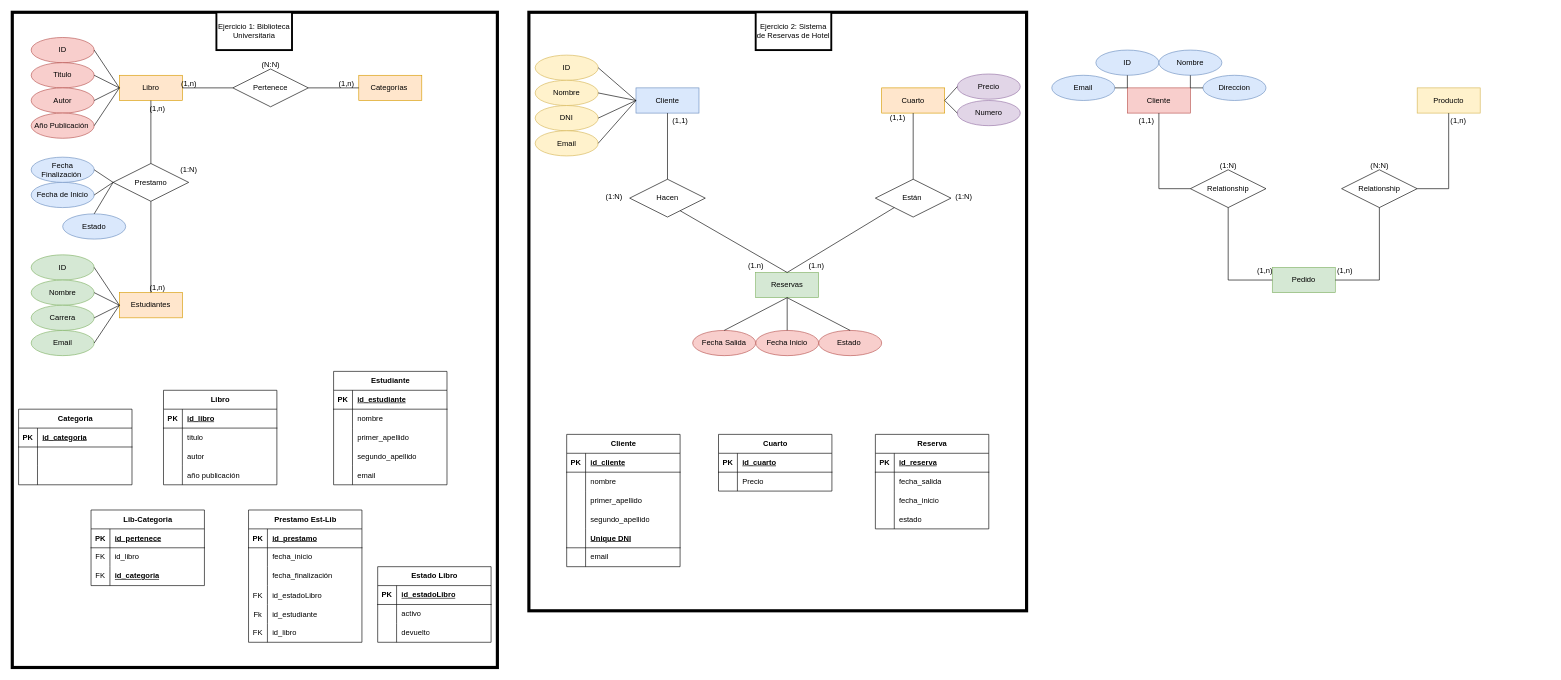
The draw.io diagram LabMertoMR.drawio in SebassX69/DiagramasDB, before the edit. Source tidied: cells renumbered, new cells numbered last; positions are measured from the earlier drawing's top-left corner, leaving out a move shared by most shapes. Both pictures are drawn from the tidied source at 63%, with x=0, y=0 at pixel (12, 12).
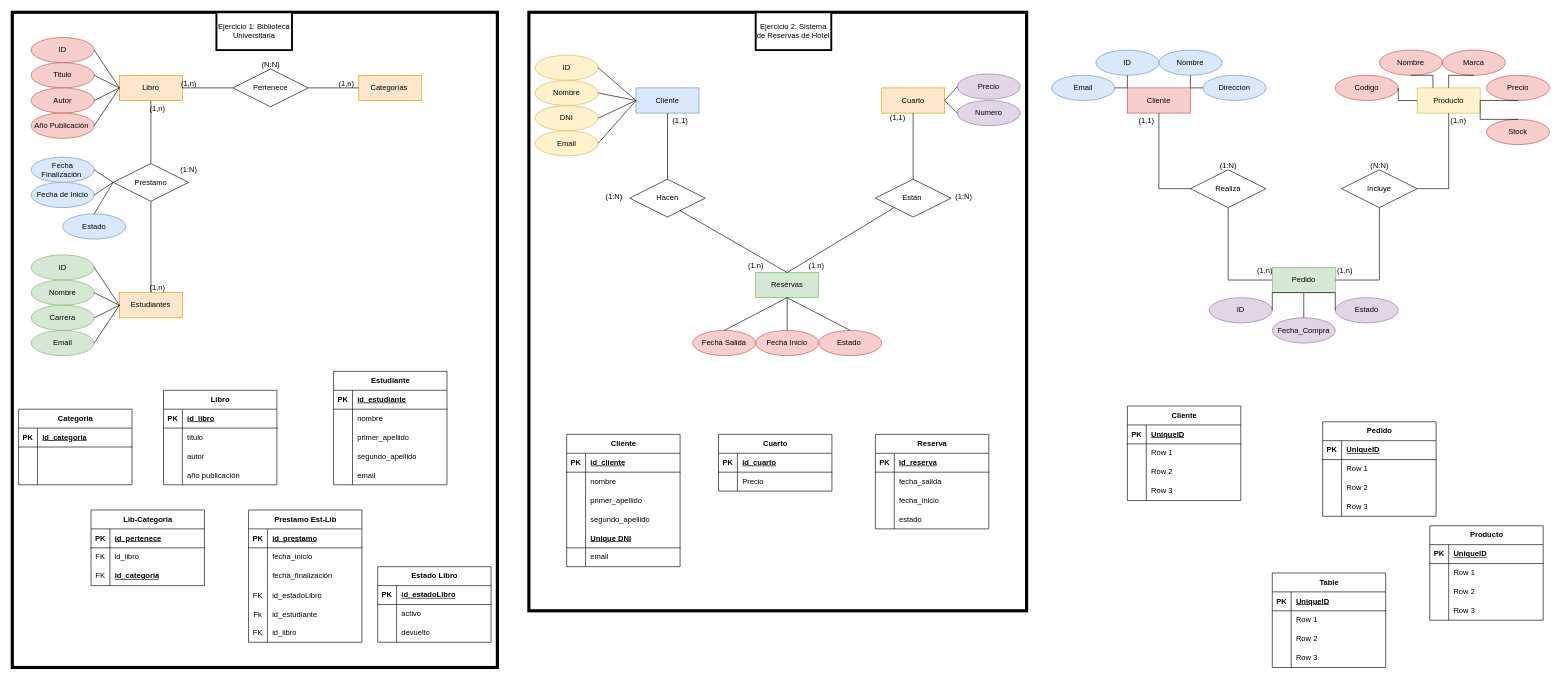
The same diagram, later.

Unchanged cells that the change refers to:
```xml
<mxCell id="196" value="Producto" style="whiteSpace=wrap;html=1;align=center;fillColor=#fff2cc;strokeColor=#d6b656;" parent="1" vertex="1">
  <mxGeometry x="2230" y="120" width="100" height="40" as="geometry" />
</mxCell>
<mxCell id="197" value="Pedido" style="whiteSpace=wrap;html=1;align=center;fillColor=#d5e8d4;strokeColor=#82b366;" parent="1" vertex="1">
  <mxGeometry x="2000" y="405" width="100" height="40" as="geometry" />
</mxCell>
```

What changed in the source:
```diff
@@
-    <mxCell id="194" value="Relationship" style="shape=rhombus;perimeter=rhombusPerimeter;whiteSpace=wrap;html=1;align=center;" parent="1" vertex="1">
+    <mxCell id="194" value="Realiza" style="shape=rhombus;perimeter=rhombusPerimeter;whiteSpace=wrap;html=1;align=center;" parent="1" vertex="1">
       <mxGeometry x="1870" y="250" width="120" height="60" as="geometry" />
     </mxCell>
-    <mxCell id="195" value="Relationship" style="shape=rhombus;perimeter=rhombusPerimeter;whiteSpace=wrap;html=1;align=center;" parent="1" vertex="1">
+    <mxCell id="195" value="Incluye" style="shape=rhombus;perimeter=rhombusPerimeter;whiteSpace=wrap;html=1;align=center;" parent="1" vertex="1">
       <mxGeometry x="2110" y="250" width="120" height="60" as="geometry" />
     </mxCell>
@@
+    <mxCell id="216" value="Nombre" style="ellipse;whiteSpace=wrap;html=1;align=center;fillColor=#f8cecc;strokeColor=#b85450;" parent="1" vertex="1">
+      <mxGeometry x="2170" y="60" width="100" height="40" as="geometry" />
+    </mxCell>
+    <mxCell id="217" value="Precio" style="ellipse;whiteSpace=wrap;html=1;align=center;fillColor=#f8cecc;strokeColor=#b85450;" parent="1" vertex="1">
+      <mxGeometry x="2340" y="100" width="100" height="40" as="geometry" />
+    </mxCell>
+    <mxCell id="218" value="Marca" style="ellipse;whiteSpace=wrap;html=1;align=center;fillColor=#f8cecc;strokeColor=#b85450;" parent="1" vertex="1">
+      <mxGeometry x="2270" y="60" width="100" height="40" as="geometry" />
+    </mxCell>
+    <mxCell id="219" value="Codigo" style="ellipse;whiteSpace=wrap;html=1;align=center;fillColor=#f8cecc;strokeColor=#b85450;" parent="1" vertex="1">
+      <mxGeometry x="2100" y="100" width="100" height="40" as="geometry" />
+    </mxCell>
+    <mxCell id="220" value="Stock" style="ellipse;whiteSpace=wrap;html=1;align=center;fillColor=#f8cecc;strokeColor=#b85450;" parent="1" vertex="1">
+      <mxGeometry x="2340" y="170" width="100" height="40" as="geometry" />
+    </mxCell>
+    <mxCell id="221" style="endArrow=none;html=1;rounded=0;exitX=1;exitY=0.5;exitDx=0;exitDy=0;entryX=0;entryY=0.5;entryDx=0;entryDy=0;" parent="1" edge="1" source="219" target="196">
+      <mxGeometry relative="1" as="geometry">
+        <Array as="points">
+          <mxPoint x="2200" y="140" />
+        </Array>
+      </mxGeometry>
+    </mxCell>
+    <mxCell id="222" style="endArrow=none;html=1;rounded=0;exitX=0.5;exitY=1;exitDx=0;exitDy=0;entryX=0.25;entryY=0;entryDx=0;entryDy=0;" parent="1" edge="1" source="216" target="196">
+      <mxGeometry relative="1" as="geometry">
+        <Array as="points">
+          <mxPoint x="2255" y="100" />
+        </Array>
+      </mxGeometry>
+    </mxCell>
+    <mxCell id="223" style="endArrow=none;html=1;rounded=0;exitX=0.5;exitY=1;exitDx=0;exitDy=0;entryX=0.5;entryY=0;entryDx=0;entryDy=0;" parent="1" edge="1" source="218" target="196">
+      <mxGeometry relative="1" as="geometry">
+        <Array as="points">
+          <mxPoint x="2280" y="100" />
+        </Array>
+      </mxGeometry>
+    </mxCell>
+    <mxCell id="224" style="endArrow=none;html=1;rounded=0;exitX=1;exitY=0.5;exitDx=0;exitDy=0;entryX=0.5;entryY=1;entryDx=0;entryDy=0;" parent="1" edge="1" source="196" target="217">
+      <mxGeometry relative="1" as="geometry" />
+    </mxCell>
+    <mxCell id="225" style="endArrow=none;html=1;rounded=0;exitX=1;exitY=0.5;exitDx=0;exitDy=0;entryX=0.5;entryY=0;entryDx=0;entryDy=0;" parent="1" edge="1" source="196" target="220">
+      <mxGeometry relative="1" as="geometry">
+        <Array as="points">
+          <mxPoint x="2330" y="170" />
+        </Array>
+      </mxGeometry>
+    </mxCell>
+    <mxCell id="226" value="ID" style="ellipse;whiteSpace=wrap;html=1;align=center;fillColor=#e1d5e7;strokeColor=#9673a6;" parent="1" vertex="1">
+      <mxGeometry x="1900" y="453" width="100" height="40" as="geometry" />
+    </mxCell>
+    <mxCell id="227" value="Fecha_Compra" style="ellipse;whiteSpace=wrap;html=1;align=center;fillColor=#e1d5e7;strokeColor=#9673a6;" parent="1" vertex="1">
+      <mxGeometry x="2000" y="485" width="100" height="40" as="geometry" />
+    </mxCell>
+    <mxCell id="228" value="Estado" style="ellipse;whiteSpace=wrap;html=1;align=center;fillColor=#e1d5e7;strokeColor=#9673a6;" parent="1" vertex="1">
+      <mxGeometry x="2100" y="453" width="100" height="40" as="geometry" />
+    </mxCell>
+    <mxCell id="229" style="endArrow=none;html=1;rounded=0;exitX=0.5;exitY=1;exitDx=0;exitDy=0;entryX=0.5;entryY=0;entryDx=0;entryDy=0;" parent="1" edge="1" source="197" target="227">
+      <mxGeometry relative="1" as="geometry" />
+    </mxCell>
+    <mxCell id="230" style="endArrow=none;html=1;rounded=0;exitX=0.5;exitY=1;exitDx=0;exitDy=0;entryX=0;entryY=0.5;entryDx=0;entryDy=0;" parent="1" edge="1" source="197" target="228">
+      <mxGeometry relative="1" as="geometry">
+        <Array as="points">
+          <mxPoint x="2100" y="445" />
+        </Array>
+      </mxGeometry>
+    </mxCell>
+    <mxCell id="231" style="endArrow=none;html=1;rounded=0;exitX=1;exitY=0.5;exitDx=0;exitDy=0;entryX=0.5;entryY=1;entryDx=0;entryDy=0;" parent="1" edge="1" source="226" target="197">
+      <mxGeometry relative="1" as="geometry">
+        <Array as="points">
+          <mxPoint x="2000" y="445" />
+        </Array>
+      </mxGeometry>
+    </mxCell>
+    <mxCell id="232" value="Cliente" style="shape=table;startSize=30;childLayout=tableLayout;rowLines=0;fontStyle=1;align=center;html=1;" parent="1" vertex="1">
+      <mxGeometry x="1770" y="625" width="180" height="150" as="geometry" />
+    </mxCell>
+    <mxCell id="233" style="shape=tableRow;horizontal=0;startSize=0;swimlaneHead=0;swimlaneBody=0;fillColor=none;top=0;left=0;right=0;bottom=1;" parent="232" vertex="1">
+      <mxGeometry y="30" width="180" height="30" as="geometry" />
+    </mxCell>
+    <mxCell id="234" value="PK" style="shape=partialRectangle;fillColor=none;top=0;left=0;bottom=0;right=0;fontStyle=1;overflow=hidden;whiteSpace=wrap;html=1;" parent="233" vertex="1">
+      <mxGeometry width="30" height="30" as="geometry" />
+    </mxCell>
+    <mxCell id="235" value="UniqueID" style="shape=partialRectangle;fillColor=none;top=0;left=0;bottom=0;right=0;align=left;spacingLeft=6;fontStyle=5;overflow=hidden;whiteSpace=wrap;html=1;" parent="233" vertex="1">
+      <mxGeometry x="30" width="150" height="30" as="geometry" />
+    </mxCell>
+    <mxCell id="236" style="shape=tableRow;horizontal=0;startSize=0;swimlaneHead=0;swimlaneBody=0;fillColor=none;top=0;left=0;right=0;bottom=0;" parent="232" vertex="1">
+      <mxGeometry y="60" width="180" height="30" as="geometry" />
+    </mxCell>
+    <mxCell id="237" style="shape=partialRectangle;fillColor=none;top=0;left=0;bottom=0;right=0;overflow=hidden;whiteSpace=wrap;html=1;" parent="236" vertex="1">
+      <mxGeometry width="30" height="30" as="geometry" />
+    </mxCell>
+    <mxCell id="238" value="Row 1" style="shape=partialRectangle;fillColor=none;top=0;left=0;bottom=0;right=0;align=left;spacingLeft=6;overflow=hidden;whiteSpace=wrap;html=1;" parent="236" vertex="1">
+      <mxGeometry x="30" width="150" height="30" as="geometry" />
+    </mxCell>
+    <mxCell id="239" style="shape=tableRow;horizontal=0;startSize=0;swimlaneHead=0;swimlaneBody=0;fillColor=none;top=0;left=0;right=0;bottom=0;" parent="232" vertex="1">
+      <mxGeometry y="90" width="180" height="30" as="geometry" />
+    </mxCell>
+    <mxCell id="240" style="shape=partialRectangle;fillColor=none;top=0;left=0;bottom=0;right=0;overflow=hidden;whiteSpace=wrap;html=1;" parent="239" vertex="1">
+      <mxGeometry width="30" height="30" as="geometry" />
+    </mxCell>
+    <mxCell id="241" value="Row 2" style="shape=partialRectangle;fillColor=none;top=0;left=0;bottom=0;right=0;align=left;spacingLeft=6;overflow=hidden;whiteSpace=wrap;html=1;" parent="239" vertex="1">
+      <mxGeometry x="30" width="150" height="30" as="geometry" />
+    </mxCell>
+    <mxCell id="242" style="shape=tableRow;horizontal=0;startSize=0;swimlaneHead=0;swimlaneBody=0;fillColor=none;top=0;left=0;right=0;bottom=0;" parent="232" vertex="1">
+      <mxGeometry y="120" width="180" height="30" as="geometry" />
+    </mxCell>
+    <mxCell id="243" style="shape=partialRectangle;fillColor=none;top=0;left=0;bottom=0;right=0;overflow=hidden;whiteSpace=wrap;html=1;" parent="242" vertex="1">
+      <mxGeometry width="30" height="30" as="geometry" />
+    </mxCell>
+    <mxCell id="244" value="Row 3" style="shape=partialRectangle;fillColor=none;top=0;left=0;bottom=0;right=0;align=left;spacingLeft=6;overflow=hidden;whiteSpace=wrap;html=1;" parent="242" vertex="1">
+      <mxGeometry x="30" width="150" height="30" as="geometry" />
+    </mxCell>
+    <mxCell id="245" value="Pedido" style="shape=table;startSize=30;childLayout=tableLayout;rowLines=0;fontStyle=1;align=center;html=1;" parent="1" vertex="1">
+      <mxGeometry x="2080" y="650" width="180" height="150" as="geometry" />
+    </mxCell>
+    <mxCell id="246" style="shape=tableRow;horizontal=0;startSize=0;swimlaneHead=0;swimlaneBody=0;fillColor=none;top=0;left=0;right=0;bottom=1;" parent="245" vertex="1">
+      <mxGeometry y="30" width="180" height="30" as="geometry" />
+    </mxCell>
+    <mxCell id="247" value="PK" style="shape=partialRectangle;fillColor=none;top=0;left=0;bottom=0;right=0;fontStyle=1;overflow=hidden;whiteSpace=wrap;html=1;" parent="246" vertex="1">
+      <mxGeometry width="30" height="30" as="geometry" />
+    </mxCell>
+    <mxCell id="248" value="UniqueID" style="shape=partialRectangle;fillColor=none;top=0;left=0;bottom=0;right=0;align=left;spacingLeft=6;fontStyle=5;overflow=hidden;whiteSpace=wrap;html=1;" parent="246" vertex="1">
+      <mxGeometry x="30" width="150" height="30" as="geometry" />
+    </mxCell>
+    <mxCell id="249" style="shape=tableRow;horizontal=0;startSize=0;swimlaneHead=0;swimlaneBody=0;fillColor=none;top=0;left=0;right=0;bottom=0;" parent="245" vertex="1">
+      <mxGeometry y="60" width="180" height="30" as="geometry" />
+    </mxCell>
+    <mxCell id="250" style="shape=partialRectangle;fillColor=none;top=0;left=0;bottom=0;right=0;overflow=hidden;whiteSpace=wrap;html=1;" parent="249" vertex="1">
+      <mxGeometry width="30" height="30" as="geometry" />
+    </mxCell>
+    <mxCell id="251" value="Row 1" style="shape=partialRectangle;fillColor=none;top=0;left=0;bottom=0;right=0;align=left;spacingLeft=6;overflow=hidden;whiteSpace=wrap;html=1;" parent="249" vertex="1">
+      <mxGeometry x="30" width="150" height="30" as="geometry" />
+    </mxCell>
+    <mxCell id="252" style="shape=tableRow;horizontal=0;startSize=0;swimlaneHead=0;swimlaneBody=0;fillColor=none;top=0;left=0;right=0;bottom=0;" parent="245" vertex="1">
+      <mxGeometry y="90" width="180" height="30" as="geometry" />
+    </mxCell>
+    <mxCell id="253" style="shape=partialRectangle;fillColor=none;top=0;left=0;bottom=0;right=0;overflow=hidden;whiteSpace=wrap;html=1;" parent="252" vertex="1">
+      <mxGeometry width="30" height="30" as="geometry" />
+    </mxCell>
+    <mxCell id="254" value="Row 2" style="shape=partialRectangle;fillColor=none;top=0;left=0;bottom=0;right=0;align=left;spacingLeft=6;overflow=hidden;whiteSpace=wrap;html=1;" parent="252" vertex="1">
+      <mxGeometry x="30" width="150" height="30" as="geometry" />
+    </mxCell>
+    <mxCell id="255" style="shape=tableRow;horizontal=0;startSize=0;swimlaneHead=0;swimlaneBody=0;fillColor=none;top=0;left=0;right=0;bottom=0;" parent="245" vertex="1">
+      <mxGeometry y="120" width="180" height="30" as="geometry" />
+    </mxCell>
+    <mxCell id="256" style="shape=partialRectangle;fillColor=none;top=0;left=0;bottom=0;right=0;overflow=hidden;whiteSpace=wrap;html=1;" parent="255" vertex="1">
+      <mxGeometry width="30" height="30" as="geometry" />
+    </mxCell>
+    <mxCell id="257" value="Row 3" style="shape=partialRectangle;fillColor=none;top=0;left=0;bottom=0;right=0;align=left;spacingLeft=6;overflow=hidden;whiteSpace=wrap;html=1;" parent="255" vertex="1">
+      <mxGeometry x="30" width="150" height="30" as="geometry" />
+    </mxCell>
+    <mxCell id="258" value="Table" style="shape=table;startSize=30;childLayout=tableLayout;rowLines=0;fontStyle=1;align=center;html=1;" parent="1" vertex="1">
+      <mxGeometry x="2000" y="890" width="180" height="150" as="geometry" />
+    </mxCell>
+    <mxCell id="259" style="shape=tableRow;horizontal=0;startSize=0;swimlaneHead=0;swimlaneBody=0;fillColor=none;top=0;left=0;right=0;bottom=1;" parent="258" vertex="1">
+      <mxGeometry y="30" width="180" height="30" as="geometry" />
+    </mxCell>
+    <mxCell id="260" value="PK" style="shape=partialRectangle;fillColor=none;top=0;left=0;bottom=0;right=0;fontStyle=1;overflow=hidden;whiteSpace=wrap;html=1;" parent="259" vertex="1">
+      <mxGeometry width="30" height="30" as="geometry" />
+    </mxCell>
+    <mxCell id="261" value="UniqueID" style="shape=partialRectangle;fillColor=none;top=0;left=0;bottom=0;right=0;align=left;spacingLeft=6;fontStyle=5;overflow=hidden;whiteSpace=wrap;html=1;" parent="259" vertex="1">
+      <mxGeometry x="30" width="150" height="30" as="geometry" />
+    </mxCell>
+    <mxCell id="262" style="shape=tableRow;horizontal=0;startSize=0;swimlaneHead=0;swimlaneBody=0;fillColor=none;top=0;left=0;right=0;bottom=0;" parent="258" vertex="1">
+      <mxGeometry y="60" width="180" height="30" as="geometry" />
+    </mxCell>
+    <mxCell id="263" style="shape=partialRectangle;fillColor=none;top=0;left=0;bottom=0;right=0;overflow=hidden;whiteSpace=wrap;html=1;" parent="262" vertex="1">
+      <mxGeometry width="30" height="30" as="geometry" />
+    </mxCell>
+    <mxCell id="264" value="Row 1" style="shape=partialRectangle;fillColor=none;top=0;left=0;bottom=0;right=0;align=left;spacingLeft=6;overflow=hidden;whiteSpace=wrap;html=1;" parent="262" vertex="1">
+      <mxGeometry x="30" width="150" height="30" as="geometry" />
+    </mxCell>
+    <mxCell id="265" style="shape=tableRow;horizontal=0;startSize=0;swimlaneHead=0;swimlaneBody=0;fillColor=none;top=0;left=0;right=0;bottom=0;" parent="258" vertex="1">
+      <mxGeometry y="90" width="180" height="30" as="geometry" />
+    </mxCell>
+    <mxCell id="266" style="shape=partialRectangle;fillColor=none;top=0;left=0;bottom=0;right=0;overflow=hidden;whiteSpace=wrap;html=1;" parent="265" vertex="1">
+      <mxGeometry width="30" height="30" as="geometry" />
+    </mxCell>
+    <mxCell id="267" value="Row 2" style="shape=partialRectangle;fillColor=none;top=0;left=0;bottom=0;right=0;align=left;spacingLeft=6;overflow=hidden;whiteSpace=wrap;html=1;" parent="265" vertex="1">
+      <mxGeometry x="30" width="150" height="30" as="geometry" />
+    </mxCell>
+    <mxCell id="268" style="shape=tableRow;horizontal=0;startSize=0;swimlaneHead=0;swimlaneBody=0;fillColor=none;top=0;left=0;right=0;bottom=0;" parent="258" vertex="1">
+      <mxGeometry y="120" width="180" height="30" as="geometry" />
+    </mxCell>
+    <mxCell id="269" style="shape=partialRectangle;fillColor=none;top=0;left=0;bottom=0;right=0;overflow=hidden;whiteSpace=wrap;html=1;" parent="268" vertex="1">
+      <mxGeometry width="30" height="30" as="geometry" />
+    </mxCell>
+    <mxCell id="270" value="Row 3" style="shape=partialRectangle;fillColor=none;top=0;left=0;bottom=0;right=0;align=left;spacingLeft=6;overflow=hidden;whiteSpace=wrap;html=1;" parent="268" vertex="1">
+      <mxGeometry x="30" width="150" height="30" as="geometry" />
+    </mxCell>
+    <mxCell id="271" value="Producto" style="shape=table;startSize=30;childLayout=tableLayout;rowLines=0;fontStyle=1;align=center;html=1;" parent="1" vertex="1">
+      <mxGeometry x="2250" y="815" width="180" height="150" as="geometry" />
+    </mxCell>
+    <mxCell id="272" style="shape=tableRow;horizontal=0;startSize=0;swimlaneHead=0;swimlaneBody=0;fillColor=none;top=0;left=0;right=0;bottom=1;" parent="271" vertex="1">
+      <mxGeometry y="30" width="180" height="30" as="geometry" />
+    </mxCell>
+    <mxCell id="273" value="PK" style="shape=partialRectangle;fillColor=none;top=0;left=0;bottom=0;right=0;fontStyle=1;overflow=hidden;whiteSpace=wrap;html=1;" parent="272" vertex="1">
+      <mxGeometry width="30" height="30" as="geometry" />
+    </mxCell>
+    <mxCell id="274" value="UniqueID" style="shape=partialRectangle;fillColor=none;top=0;left=0;bottom=0;right=0;align=left;spacingLeft=6;fontStyle=5;overflow=hidden;whiteSpace=wrap;html=1;" parent="272" vertex="1">
+      <mxGeometry x="30" width="150" height="30" as="geometry" />
+    </mxCell>
+    <mxCell id="275" style="shape=tableRow;horizontal=0;startSize=0;swimlaneHead=0;swimlaneBody=0;fillColor=none;top=0;left=0;right=0;bottom=0;" parent="271" vertex="1">
+      <mxGeometry y="60" width="180" height="30" as="geometry" />
+    </mxCell>
+    <mxCell id="276" style="shape=partialRectangle;fillColor=none;top=0;left=0;bottom=0;right=0;overflow=hidden;whiteSpace=wrap;html=1;" parent="275" vertex="1">
+      <mxGeometry width="30" height="30" as="geometry" />
+    </mxCell>
+    <mxCell id="277" value="Row 1" style="shape=partialRectangle;fillColor=none;top=0;left=0;bottom=0;right=0;align=left;spacingLeft=6;overflow=hidden;whiteSpace=wrap;html=1;" parent="275" vertex="1">
+      <mxGeometry x="30" width="150" height="30" as="geometry" />
+    </mxCell>
+    <mxCell id="278" style="shape=tableRow;horizontal=0;startSize=0;swimlaneHead=0;swimlaneBody=0;fillColor=none;top=0;left=0;right=0;bottom=0;" parent="271" vertex="1">
+      <mxGeometry y="90" width="180" height="30" as="geometry" />
+    </mxCell>
+    <mxCell id="279" style="shape=partialRectangle;fillColor=none;top=0;left=0;bottom=0;right=0;overflow=hidden;whiteSpace=wrap;html=1;" parent="278" vertex="1">
+      <mxGeometry width="30" height="30" as="geometry" />
+    </mxCell>
+    <mxCell id="280" value="Row 2" style="shape=partialRectangle;fillColor=none;top=0;left=0;bottom=0;right=0;align=left;spacingLeft=6;overflow=hidden;whiteSpace=wrap;html=1;" parent="278" vertex="1">
+      <mxGeometry x="30" width="150" height="30" as="geometry" />
+    </mxCell>
+    <mxCell id="281" style="shape=tableRow;horizontal=0;startSize=0;swimlaneHead=0;swimlaneBody=0;fillColor=none;top=0;left=0;right=0;bottom=0;" parent="271" vertex="1">
+      <mxGeometry y="120" width="180" height="30" as="geometry" />
+    </mxCell>
+    <mxCell id="282" style="shape=partialRectangle;fillColor=none;top=0;left=0;bottom=0;right=0;overflow=hidden;whiteSpace=wrap;html=1;" parent="281" vertex="1">
+      <mxGeometry width="30" height="30" as="geometry" />
+    </mxCell>
+    <mxCell id="283" value="Row 3" style="shape=partialRectangle;fillColor=none;top=0;left=0;bottom=0;right=0;align=left;spacingLeft=6;overflow=hidden;whiteSpace=wrap;html=1;" parent="281" vertex="1">
+      <mxGeometry x="30" width="150" height="30" as="geometry" />
+    </mxCell>
```
